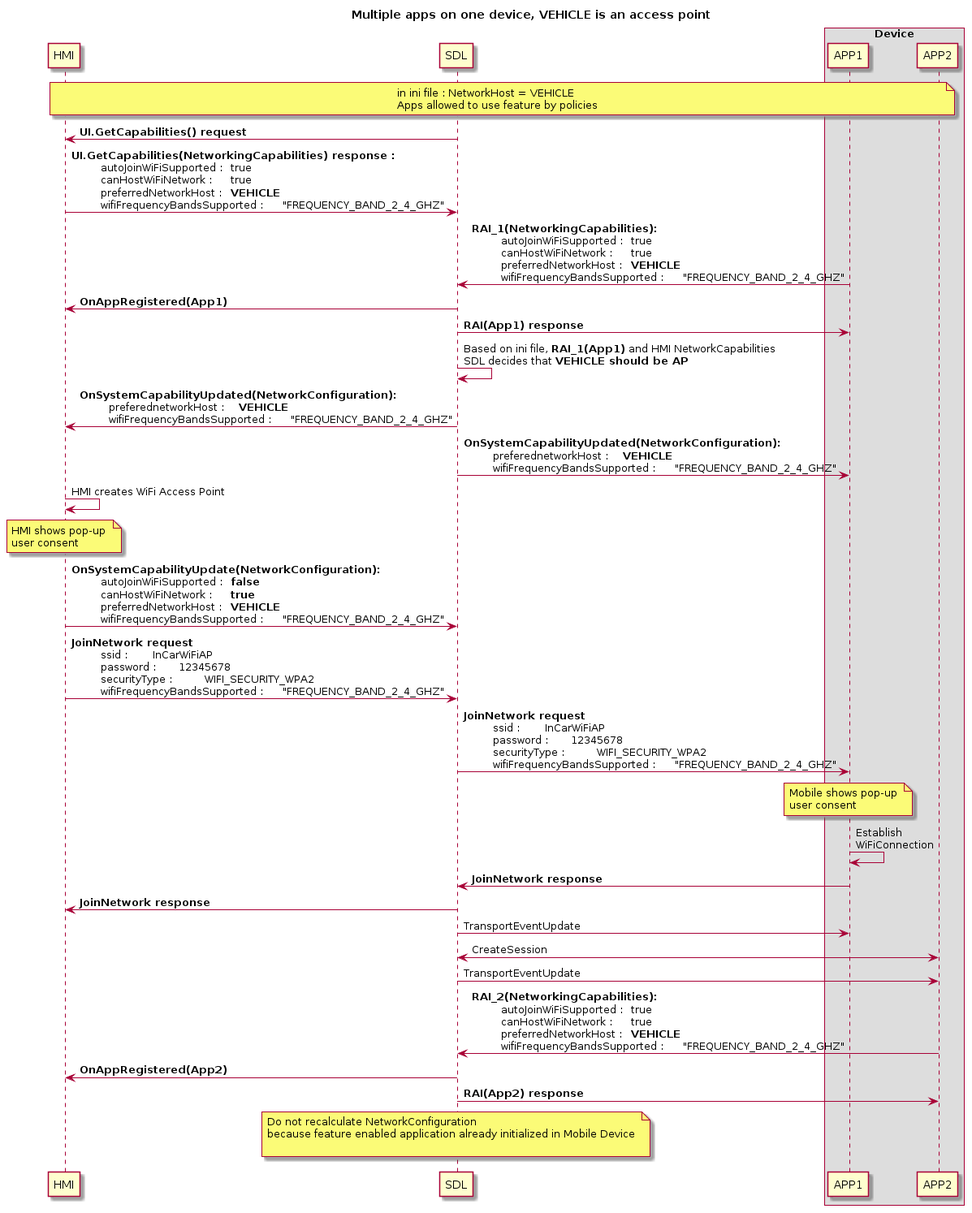
Above: assets/proposals/0245-sharing-wifi-ssid-and-password/vehicle_access_point_multiapps.png in smartdevicelink/sdl_evolution (PlantUML), before the change.
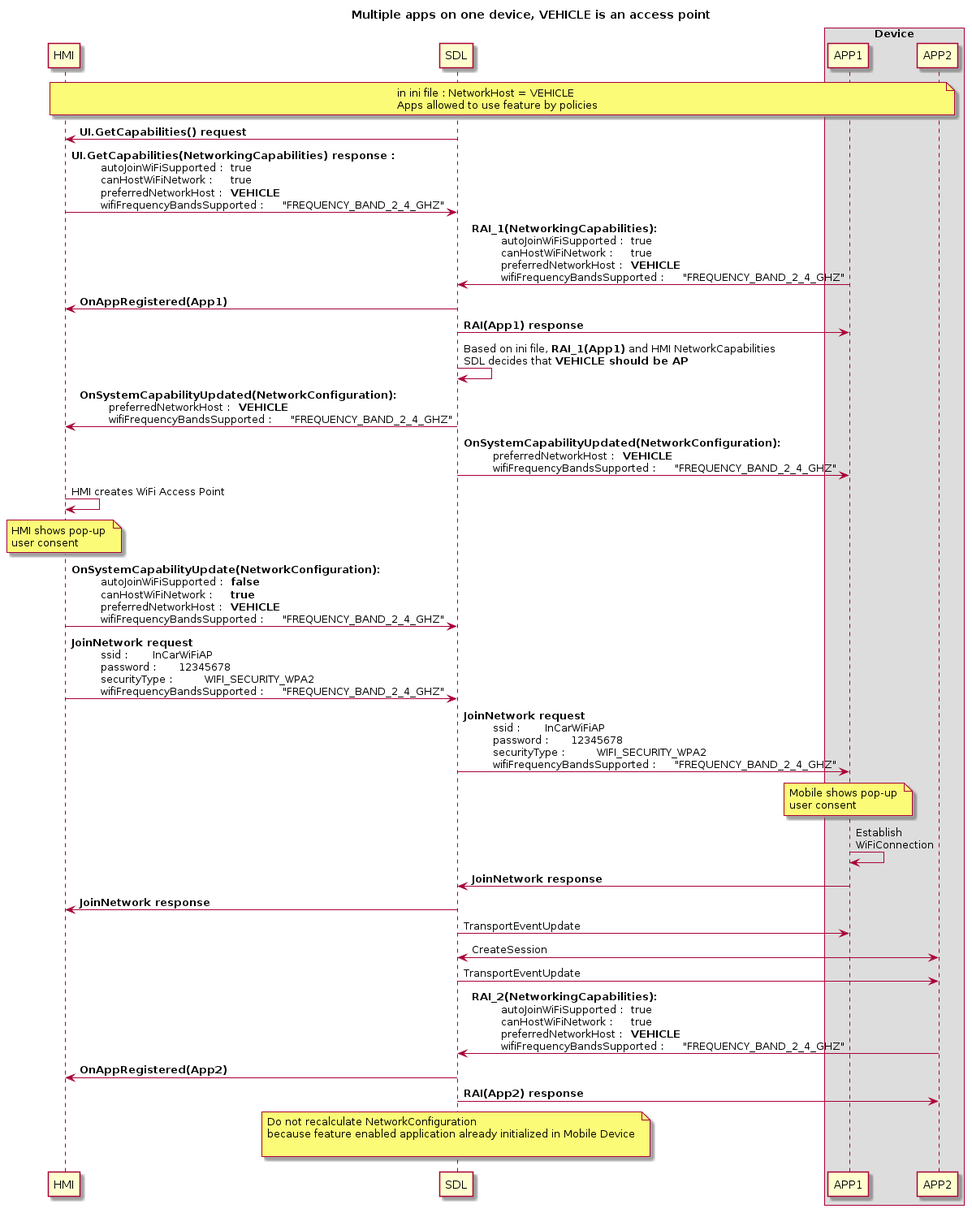
Later version of the same file.

Commit message:
Missspelling OnSystemCapabilityUpdated

Diff of the diagram source:
```diff
@@ -23,9 +23,9 @@
 
 SDL -> SDL : Based on ini file, **RAI_1(App1)** and HMI NetworkCapabilities\nSDL decides that **VEHICLE should be AP**
 
-SDL -> HMI:  <b>OnSystemCapabilityUpdated(NetworkConfiguration): \n\t preferednetworkHost : \t **VEHICLE** \n\t wifiFrequencyBandsSupported : \t "FREQUENCY_BAND_2_4_GHZ"
+SDL -> HMI:  <b>OnSystemCapabilityUpdated(NetworkConfiguration): \n\t preferredNetworkHost : \t **VEHICLE** \n\t wifiFrequencyBandsSupported : \t "FREQUENCY_BAND_2_4_GHZ"
 
-SDL -> APP1:  <b>OnSystemCapabilityUpdated(NetworkConfiguration): \n\t preferednetworkHost : \t **VEHICLE** \n\t wifiFrequencyBandsSupported : \t "FREQUENCY_BAND_2_4_GHZ"
+SDL -> APP1:  <b>OnSystemCapabilityUpdated(NetworkConfiguration): \n\t preferredNetworkHost : \t **VEHICLE** \n\t wifiFrequencyBandsSupported : \t "FREQUENCY_BAND_2_4_GHZ"
 
 HMI -> HMI : HMI creates WiFi Access Point
 
```
